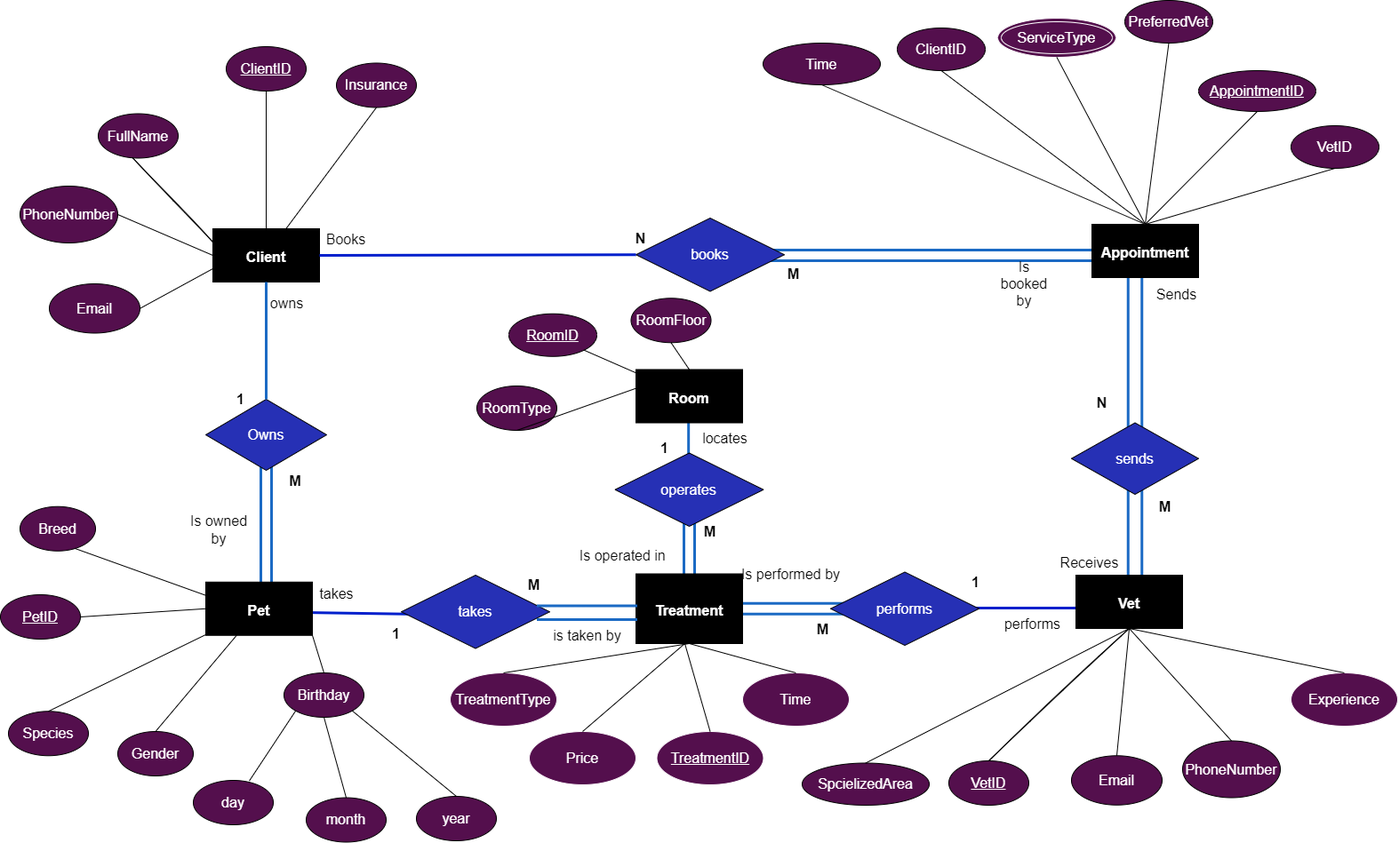
Above: PetClinic.drawio.png in tomztz/SQL-Pet-Clinic (draw.io), before the change. Source tidied: cells renumbered, new cells last; positions are measured from the earlier drawing's top-left corner, leaving out a move shared by most shapes.
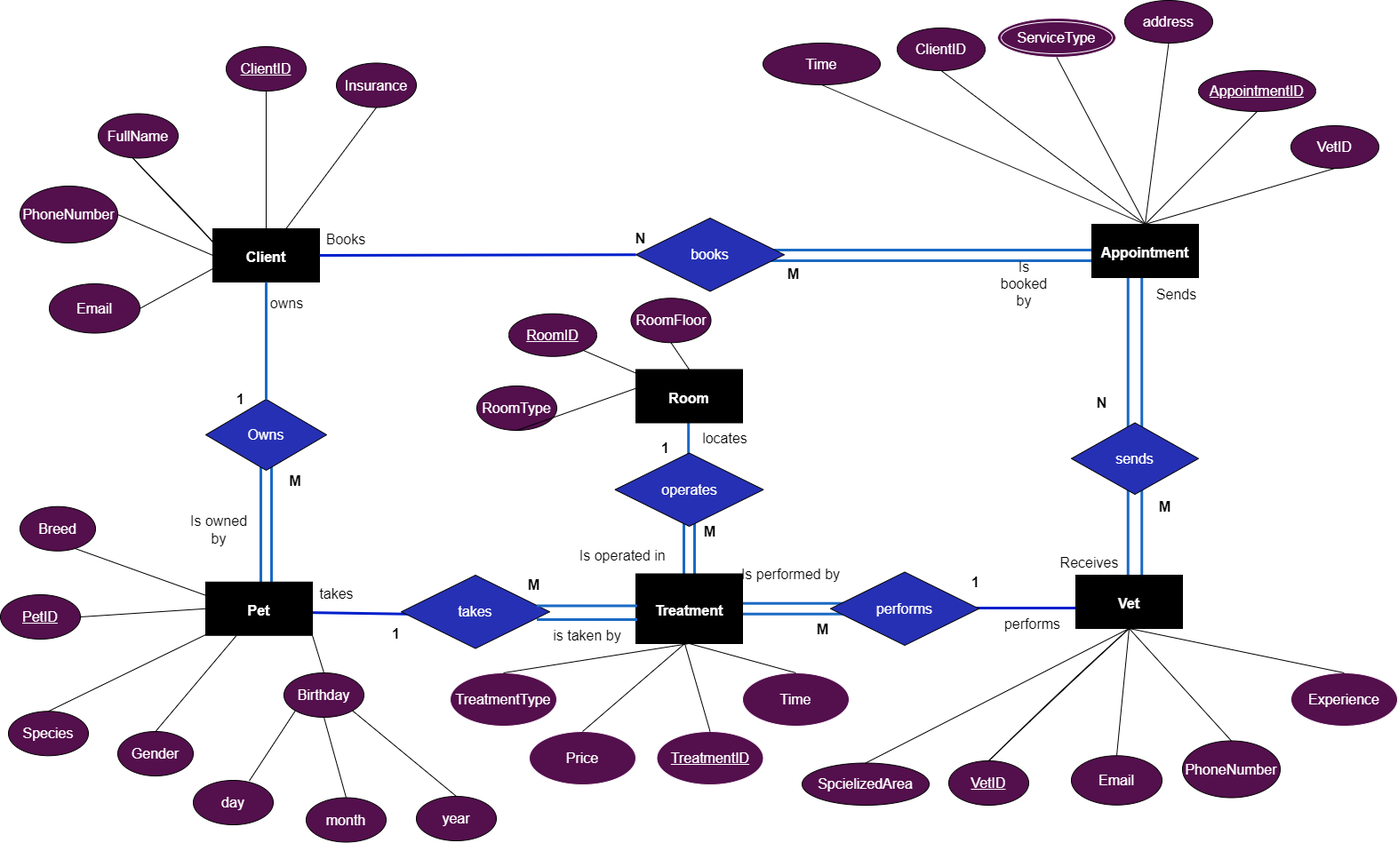
After the commit.

The edit, as a diff of the source:
```diff
@@ -209,7 +209,7 @@
     <mxCell id="67" value="ClientID" style="ellipse;whiteSpace=wrap;html=1;fontSize=16;fontColor=#FFFFFF;fillColor=#540F4D;" parent="1" vertex="1">
       <mxGeometry x="1009" y="31" width="99" height="48" as="geometry" />
     </mxCell>
-    <mxCell id="68" value="PreferredVet" style="ellipse;whiteSpace=wrap;html=1;fontSize=16;fontColor=#FFFFFF;fillColor=#540F4D;" parent="1" vertex="1">
+    <mxCell id="68" value="address" style="ellipse;whiteSpace=wrap;html=1;fontSize=16;fontColor=#FFFFFF;fillColor=#540F4D;" parent="1" vertex="1">
       <mxGeometry x="1265" width="99" height="48" as="geometry" />
     </mxCell>
     <mxCell id="69" value="PhoneNumber" style="ellipse;whiteSpace=wrap;html=1;fontSize=16;fontColor=#FFFFFF;fillColor=#540F4D;" parent="1" vertex="1">
```
